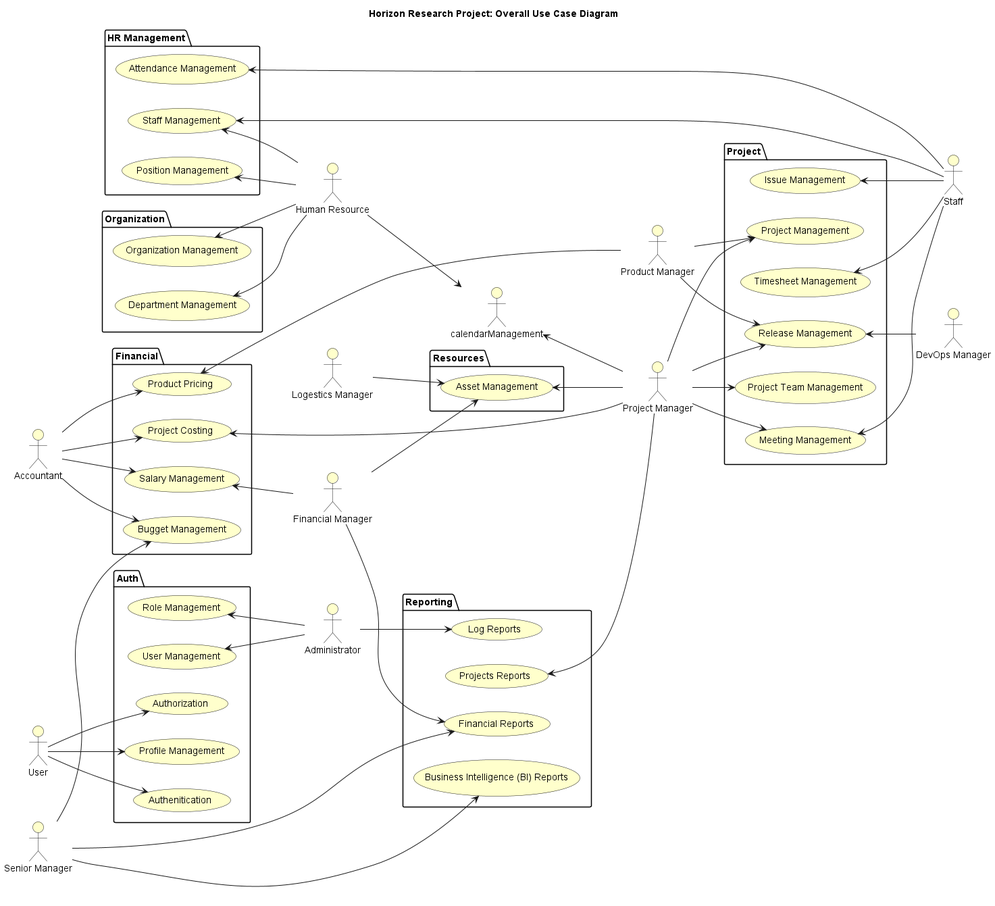
Before: HorizonUml/out/UseCase/Use Case/Overall/OverallUseCaseDiagram.png, a diagram exported from PlantUML (mahyaresteki/Horizon).
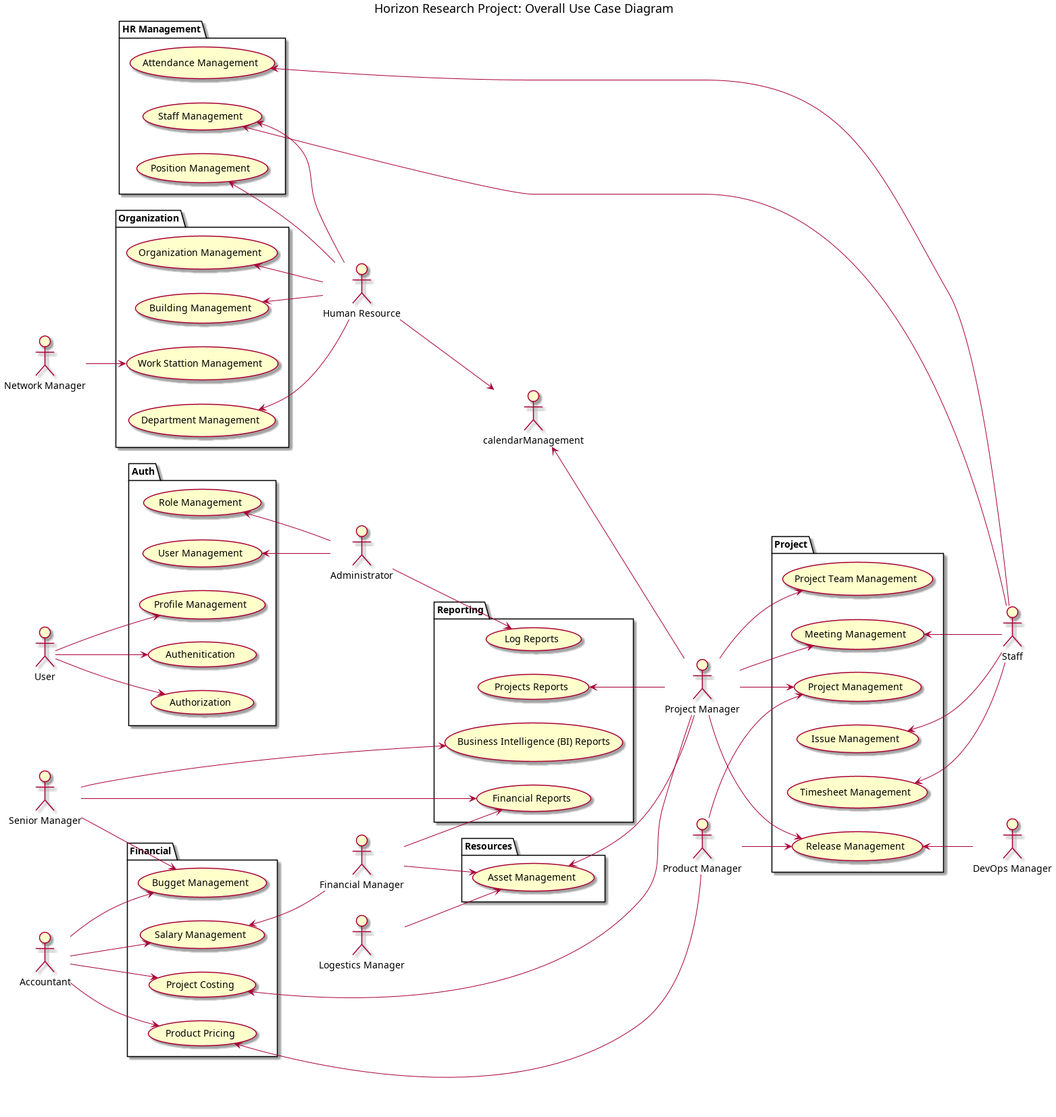
After the change.

What changed in the source:
```diff
@@ -3,12 +3,14 @@
 
 skinparam useCaseBackgroundColor #Business
 skinparam actorBackgroundColor #Business
+skinparam Shadowing True
 
 title Horizon Research Project: Overall Use Case Diagram
 
 :User: as User
 :Senior Manager: as SeniorManager
 :Project Manager: as PMO
+:Network Manager: as NetworkManager
 :Financial Manager: as Fmanager
 :Administrator: as Admin
 :Human Resource: as HR
@@ -29,6 +31,8 @@
 
 package "Organization"{
     usecase "Organization Management" as organizationManagement
+    usecase "Building Management" as buildingManagement
+    usecase "Work Stattion Management" as workStationManagement
     usecase "Department Management" as departmentManagement
 }
 
@@ -86,6 +90,7 @@
 positionManagement <-- HR
 departmentManagement <-- HR
 organizationManagement <-- HR
+buildingManagement <-- HR
 PMO --> projectManagement
 PMO --> projectTeamManagement
 PMO --> releaseManagement
@@ -109,5 +114,6 @@
 SeniorManager --> biReport
 projectReport <-- PMO
 salaryManagement <-- Fmanager
+NetworkManager --> workStationManagement
 
 @enduml
```
